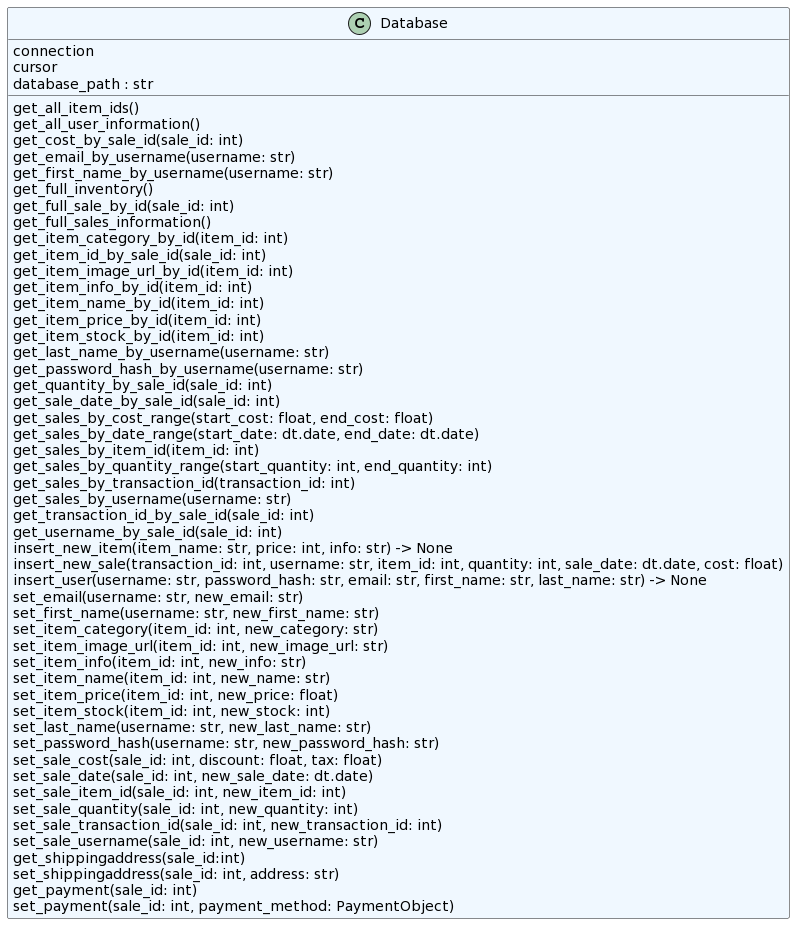
Earlier version of the PlantUML export database/classes.png (StephenButters13/onlineStore). The source it was exported from:
```plantuml
@startuml
set namespaceSeparator none
class "Database" as database.db.Database #aliceblue {
  connection
  cursor
  database_path : str
  get_all_item_ids()
  get_all_user_information()
  get_cost_by_sale_id(sale_id: int)
  get_email_by_username(username: str)
  get_first_name_by_username(username: str)
  get_full_inventory()
  get_full_sale_by_id(sale_id: int)
  get_full_sales_information()
  get_item_category_by_id(item_id: int)
  get_item_id_by_sale_id(sale_id: int)
  get_item_image_url_by_id(item_id: int)
  get_item_info_by_id(item_id: int)
  get_item_name_by_id(item_id: int)
  get_item_price_by_id(item_id: int)
  get_item_stock_by_id(item_id: int)
  get_last_name_by_username(username: str)
  get_password_hash_by_username(username: str)
  get_quantity_by_sale_id(sale_id: int)
  get_sale_date_by_sale_id(sale_id: int)
  get_sales_by_cost_range(start_cost: float, end_cost: float)
  get_sales_by_date_range(start_date: dt.date, end_date: dt.date)
  get_sales_by_item_id(item_id: int)
  get_sales_by_quantity_range(start_quantity: int, end_quantity: int)
  get_sales_by_transaction_id(transaction_id: int)
  get_sales_by_username(username: str)
  get_transaction_id_by_sale_id(sale_id: int)
  get_username_by_sale_id(sale_id: int)
  insert_new_item(item_name: str, price: int, info: str) -> None
  insert_new_sale(transaction_id: int, username: str, item_id: int, quantity: int, sale_date: dt.date, cost: float)
  insert_user(username: str, password_hash: str, email: str, first_name: str, last_name: str) -> None
  set_email(username: str, new_email: str)
  set_first_name(username: str, new_first_name: str)
  set_item_category(item_id: int, new_category: str)
  set_item_image_url(item_id: int, new_image_url: str)
  set_item_info(item_id: int, new_info: str)
  set_item_name(item_id: int, new_name: str)
  set_item_price(item_id: int, new_price: float)
  set_item_stock(item_id: int, new_stock: int)
  set_last_name(username: str, new_last_name: str)
  set_password_hash(username: str, new_password_hash: str)
  set_sale_cost(sale_id: int, discount: float, tax: float)
  set_sale_date(sale_id: int, new_sale_date: dt.date)
  set_sale_item_id(sale_id: int, new_item_id: int)
  set_sale_quantity(sale_id: int, new_quantity: int)
  set_sale_transaction_id(sale_id: int, new_transaction_id: int)
  set_sale_username(sale_id: int, new_username: str)
  get_shippingaddress(sale_id:int)
  set_shippingaddress(sale_id: int, address: str)
  get_payment(sale_id: int)
  set_payment(sale_id: int, payment_method: PaymentObject)
}
@enduml
```
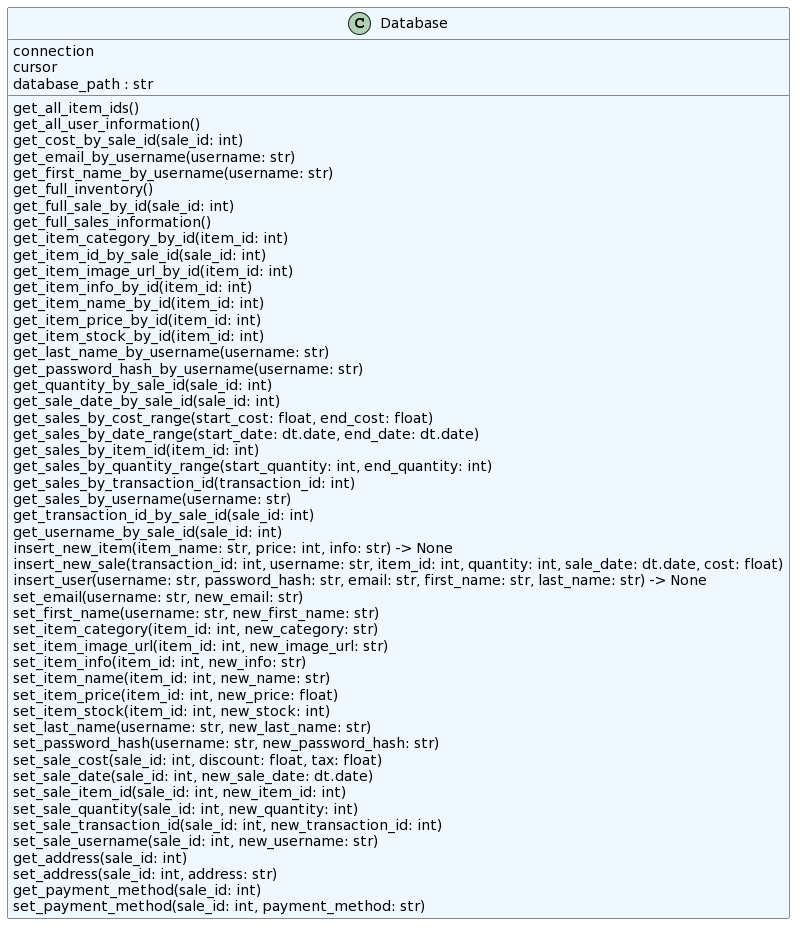
The same diagram one commit later.

Commit message:
updated implementations and the diagrams

Change to the diagram source:
```diff
@@ -50,9 +50,9 @@
   set_sale_quantity(sale_id: int, new_quantity: int)
   set_sale_transaction_id(sale_id: int, new_transaction_id: int)
   set_sale_username(sale_id: int, new_username: str)
-  get_shippingaddress(sale_id:int)
-  set_shippingaddress(sale_id: int, address: str)
-  get_payment(sale_id: int)
-  set_payment(sale_id: int, payment_method: PaymentObject)
+  get_address(sale_id: int)
+  set_address(sale_id: int, address: str)
+  get_payment_method(sale_id: int)
+  set_payment_method(sale_id: int, payment_method: str)
 }
 @enduml
```
